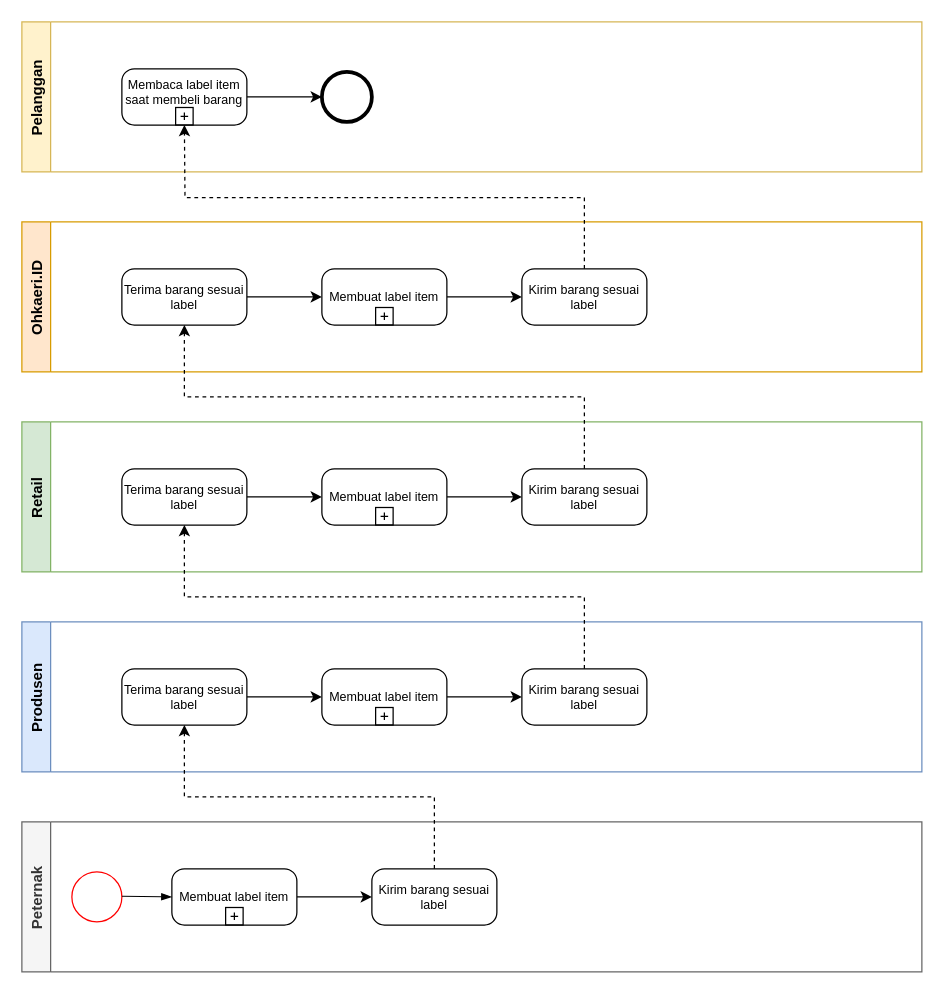
Before: BPMN_Ternak(Produce).drawio in hanggaa/Diagram, a draw.io diagram. Source tidied: cells renumbered, new cells numbered last; positions are measured from the earlier drawing's top-left corner, leaving out a move shared by most shapes. Both pictures are drawn from the tidied source at 125%, with x=0, y=0 at pixel (21, 21).
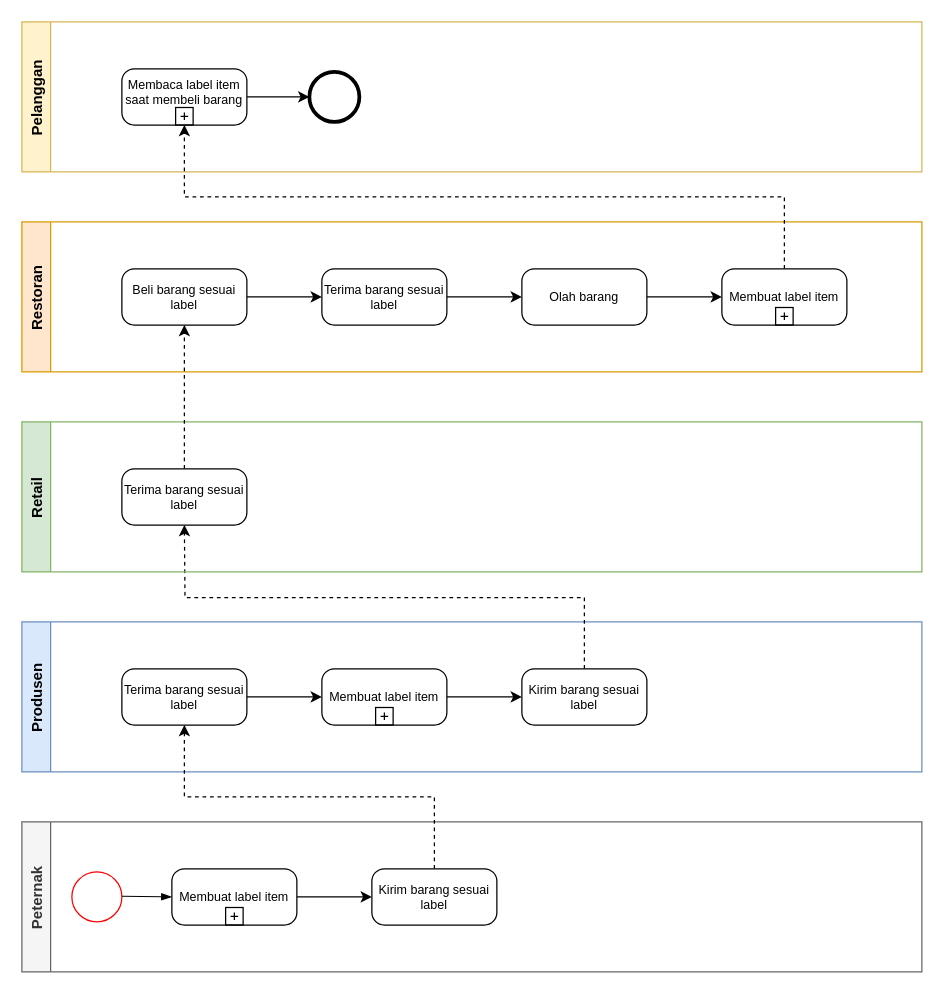
After the change.

The change refers to these unchanged cells:
```xml
<mxCell id="7" value="Kirim barang sesuai label" style="points=[[0.25,0,0],[0.5,0,0],[0.75,0,0],[1,0.25,0],[1,0.5,0],[1,0.75,0],[0.75,1,0],[0.5,1,0],[0.25,1,0],[0,0.75,0],[0,0.5,0],[0,0.25,0]];shape=mxgraph.bpmn.task;whiteSpace=wrap;rectStyle=rounded;size=10;taskMarker=abstract;fontSize=10;" parent="2" vertex="1">
  <mxGeometry x="400" y="37.5" width="100" height="45" as="geometry" />
</mxCell>
```

Change to the diagram source:
```diff
@@
-    <mxCell id="8" value="Retail" style="swimlane;horizontal=0;fillColor=#d5e8d4;strokeColor=#82b366;startSize=23;" parent="1" vertex="1">
-      <mxGeometry y="320" width="720" height="120" as="geometry" />
-    </mxCell>
-    <mxCell id="9" style="edgeStyle=orthogonalEdgeStyle;rounded=0;jettySize=auto;html=1;exitX=1;exitY=0.5;exitDx=0;exitDy=0;exitPerimeter=0;" parent="8" edge="1" source="10" target="12">
-      <mxGeometry relative="1" as="geometry" />
-    </mxCell>
-    <mxCell id="10" value="Terima barang sesuai label" style="points=[[0.25,0,0],[0.5,0,0],[0.75,0,0],[1,0.25,0],[1,0.5,0],[1,0.75,0],[0.75,1,0],[0.5,1,0],[0.25,1,0],[0,0.75,0],[0,0.5,0],[0,0.25,0]];shape=mxgraph.bpmn.task;whiteSpace=wrap;rectStyle=rounded;size=10;taskMarker=abstract;fontSize=10;" parent="8" vertex="1">
-      <mxGeometry x="80" y="37.5" width="100" height="45" as="geometry" />
-    </mxCell>
-    <mxCell id="11" style="edgeStyle=orthogonalEdgeStyle;rounded=0;jettySize=auto;html=1;exitX=1;exitY=0.5;exitDx=0;exitDy=0;exitPerimeter=0;entryX=0;entryY=0.5;entryDx=0;entryDy=0;entryPerimeter=0;" parent="8" edge="1" source="12" target="13">
-      <mxGeometry relative="1" as="geometry" />
-    </mxCell>
-    <mxCell id="12" value="Membuat label item" style="points=[[0.25,0,0],[0.5,0,0],[0.75,0,0],[1,0.25,0],[1,0.5,0],[1,0.75,0],[0.75,1,0],[0.5,1,0],[0.25,1,0],[0,0.75,0],[0,0.5,0],[0,0.25,0]];shape=mxgraph.bpmn.task;whiteSpace=wrap;rectStyle=rounded;size=10;taskMarker=abstract;isLoopSub=1;fontSize=10;" parent="8" vertex="1">
-      <mxGeometry x="240" y="37.5" width="100" height="45" as="geometry" />
-    </mxCell>
-    <mxCell id="13" value="Kirim barang sesuai label" style="points=[[0.25,0,0],[0.5,0,0],[0.75,0,0],[1,0.25,0],[1,0.5,0],[1,0.75,0],[0.75,1,0],[0.5,1,0],[0.25,1,0],[0,0.75,0],[0,0.5,0],[0,0.25,0]];shape=mxgraph.bpmn.task;whiteSpace=wrap;rectStyle=rounded;size=10;taskMarker=abstract;fontSize=10;" parent="8" vertex="1">
-      <mxGeometry x="400" y="37.5" width="100" height="45" as="geometry" />
-    </mxCell>
-    <mxCell id="14" value="Ohkaeri.ID" style="swimlane;horizontal=0;startSize=23;fillColor=#ffe6cc;strokeColor=#d79b00;" parent="1" vertex="1">
-      <mxGeometry y="160" width="720" height="120" as="geometry" />
-    </mxCell>
-    <mxCell id="15" style="edgeStyle=orthogonalEdgeStyle;rounded=0;jettySize=auto;html=1;exitX=1;exitY=0.5;exitDx=0;exitDy=0;exitPerimeter=0;entryX=0;entryY=0.5;entryDx=0;entryDy=0;entryPerimeter=0;" parent="14" edge="1" source="16" target="18">
-      <mxGeometry relative="1" as="geometry" />
-    </mxCell>
-    <mxCell id="16" value="Terima barang sesuai label" style="points=[[0.25,0,0],[0.5,0,0],[0.75,0,0],[1,0.25,0],[1,0.5,0],[1,0.75,0],[0.75,1,0],[0.5,1,0],[0.25,1,0],[0,0.75,0],[0,0.5,0],[0,0.25,0]];shape=mxgraph.bpmn.task;whiteSpace=wrap;rectStyle=rounded;size=10;taskMarker=abstract;fontSize=10;" parent="14" vertex="1">
-      <mxGeometry x="80" y="37.5" width="100" height="45" as="geometry" />
-    </mxCell>
-    <mxCell id="17" style="edgeStyle=orthogonalEdgeStyle;rounded=0;jettySize=auto;html=1;exitX=1;exitY=0.5;exitDx=0;exitDy=0;exitPerimeter=0;entryX=0;entryY=0.5;entryDx=0;entryDy=0;entryPerimeter=0;" parent="14" edge="1" source="18" target="19">
-      <mxGeometry relative="1" as="geometry" />
-    </mxCell>
-    <mxCell id="18" value="Membuat label item" style="points=[[0.25,0,0],[0.5,0,0],[0.75,0,0],[1,0.25,0],[1,0.5,0],[1,0.75,0],[0.75,1,0],[0.5,1,0],[0.25,1,0],[0,0.75,0],[0,0.5,0],[0,0.25,0]];shape=mxgraph.bpmn.task;whiteSpace=wrap;rectStyle=rounded;size=10;taskMarker=abstract;isLoopSub=1;fontSize=10;" parent="14" vertex="1">
-      <mxGeometry x="240" y="37.5" width="100" height="45" as="geometry" />
-    </mxCell>
-    <mxCell id="19" value="Kirim barang sesuai label" style="points=[[0.25,0,0],[0.5,0,0],[0.75,0,0],[1,0.25,0],[1,0.5,0],[1,0.75,0],[0.75,1,0],[0.5,1,0],[0.25,1,0],[0,0.75,0],[0,0.5,0],[0,0.25,0]];shape=mxgraph.bpmn.task;whiteSpace=wrap;rectStyle=rounded;size=10;taskMarker=abstract;fontSize=10;" parent="14" vertex="1">
-      <mxGeometry x="400" y="37.5" width="100" height="45" as="geometry" />
-    </mxCell>
-    <mxCell id="20" value="Pelanggan" style="swimlane;horizontal=0;startSize=23;fillColor=#fff2cc;strokeColor=#d6b656;" parent="1" vertex="1">
-      <mxGeometry width="720" height="120" as="geometry" />
-    </mxCell>
-    <mxCell id="21" style="edgeStyle=orthogonalEdgeStyle;rounded=0;jettySize=auto;html=1;exitX=1;exitY=0.5;exitDx=0;exitDy=0;exitPerimeter=0;" parent="20" edge="1" source="22" target="23">
-      <mxGeometry relative="1" as="geometry" />
-    </mxCell>
-    <mxCell id="22" value="Membaca label item saat membeli barang" style="points=[[0.25,0,0],[0.5,0,0],[0.75,0,0],[1,0.25,0],[1,0.5,0],[1,0.75,0],[0.75,1,0],[0.5,1,0],[0.25,1,0],[0,0.75,0],[0,0.5,0],[0,0.25,0]];shape=mxgraph.bpmn.task;whiteSpace=wrap;rectStyle=rounded;size=10;taskMarker=abstract;isLoopSub=1;fontSize=10;verticalAlign=top;" parent="20" vertex="1">
-      <mxGeometry x="80" y="37.5" width="100" height="45" as="geometry" />
-    </mxCell>
-    <mxCell id="23" style="points=[[0.145,0.145,0],[0.5,0,0],[0.855,0.145,0],[1,0.5,0],[0.855,0.855,0],[0.5,1,0],[0.145,0.855,0],[0,0.5,0]];shape=mxgraph.bpmn.event;html=1;verticalLabelPosition=bottom;labelBackgroundColor=#ffffff;verticalAlign=top;align=center;perimeter=ellipsePerimeter;outlineConnect=0;outline=end;symbol=terminate2;" parent="20" vertex="1">
-      <mxGeometry x="240" y="40" width="40" height="40" as="geometry" />
-    </mxCell>
@@
-    <mxCell id="31" style="edgeStyle=orthogonalEdgeStyle;rounded=0;jettySize=auto;html=1;exitX=0.5;exitY=0;exitDx=0;exitDy=0;exitPerimeter=0;entryX=0.5;entryY=1;entryDx=0;entryDy=0;entryPerimeter=0;dashed=1;" parent="1" edge="1" source="7" target="10">
-      <mxGeometry relative="1" as="geometry" />
+    <mxCell id="31" style="edgeStyle=orthogonalEdgeStyle;rounded=0;jettySize=auto;html=1;exitX=0.5;exitY=0;exitDx=0;exitDy=0;exitPerimeter=0;entryX=0.5;entryY=1;entryDx=0;entryDy=0;entryPerimeter=0;dashed=1;" parent="1" edge="1" source="7">
+      <mxGeometry relative="1" as="geometry">
+        <mxPoint x="130" y="402.5" as="targetPoint" />
+      </mxGeometry>
     </mxCell>
-    <mxCell id="32" style="edgeStyle=orthogonalEdgeStyle;rounded=0;jettySize=auto;html=1;exitX=0.5;exitY=0;exitDx=0;exitDy=0;exitPerimeter=0;entryX=0.5;entryY=1;entryDx=0;entryDy=0;entryPerimeter=0;dashed=1;" parent="1" edge="1" source="13" target="16">
-      <mxGeometry relative="1" as="geometry" />
-    </mxCell>
-    <mxCell id="33" style="edgeStyle=orthogonalEdgeStyle;rounded=0;jettySize=auto;html=1;exitX=0.5;exitY=0;exitDx=0;exitDy=0;exitPerimeter=0;entryX=0.5;entryY=1;entryDx=0;entryDy=0;entryPerimeter=0;dashed=1;" parent="1" edge="1" source="19">
-      <mxGeometry relative="1" as="geometry">
-        <mxPoint x="130" y="82.5" as="targetPoint" />
-      </mxGeometry>
-    </mxCell>
+    <mxCell id="8" value="Retail" style="swimlane;horizontal=0;fillColor=#d5e8d4;strokeColor=#82b366;" parent="1" vertex="1">
+      <mxGeometry y="320" width="720" height="120" as="geometry" />
+    </mxCell>
+    <mxCell id="34" value="Terima barang sesuai label" style="points=[[0.25,0,0],[0.5,0,0],[0.75,0,0],[1,0.25,0],[1,0.5,0],[1,0.75,0],[0.75,1,0],[0.5,1,0],[0.25,1,0],[0,0.75,0],[0,0.5,0],[0,0.25,0]];shape=mxgraph.bpmn.task;whiteSpace=wrap;rectStyle=rounded;size=10;taskMarker=abstract;fontSize=10;" parent="8" vertex="1">
+      <mxGeometry x="80" y="37.5" width="100" height="45" as="geometry" />
+    </mxCell>
+    <mxCell id="35" value="Restoran" style="swimlane;horizontal=0;startSize=23;fillColor=#ffe6cc;strokeColor=#d79b00;" parent="1" vertex="1">
+      <mxGeometry y="160" width="720" height="120" as="geometry" />
+    </mxCell>
+    <mxCell id="36" style="edgeStyle=orthogonalEdgeStyle;rounded=0;jettySize=auto;html=1;exitX=1;exitY=0.5;exitDx=0;exitDy=0;exitPerimeter=0;entryX=0;entryY=0.5;entryDx=0;entryDy=0;entryPerimeter=0;" parent="35" edge="1" source="37" target="39">
+      <mxGeometry relative="1" as="geometry" />
+    </mxCell>
+    <mxCell id="37" value="Beli barang sesuai label" style="points=[[0.25,0,0],[0.5,0,0],[0.75,0,0],[1,0.25,0],[1,0.5,0],[1,0.75,0],[0.75,1,0],[0.5,1,0],[0.25,1,0],[0,0.75,0],[0,0.5,0],[0,0.25,0]];shape=mxgraph.bpmn.task;whiteSpace=wrap;rectStyle=rounded;size=10;taskMarker=abstract;fontSize=10;" parent="35" vertex="1">
+      <mxGeometry x="80" y="37.5" width="100" height="45" as="geometry" />
+    </mxCell>
+    <mxCell id="38" style="edgeStyle=orthogonalEdgeStyle;rounded=0;jettySize=auto;html=1;exitX=1;exitY=0.5;exitDx=0;exitDy=0;exitPerimeter=0;entryX=0;entryY=0.5;entryDx=0;entryDy=0;entryPerimeter=0;" parent="35" edge="1" source="39" target="41">
+      <mxGeometry relative="1" as="geometry" />
+    </mxCell>
+    <mxCell id="39" value="Terima barang sesuai label" style="points=[[0.25,0,0],[0.5,0,0],[0.75,0,0],[1,0.25,0],[1,0.5,0],[1,0.75,0],[0.75,1,0],[0.5,1,0],[0.25,1,0],[0,0.75,0],[0,0.5,0],[0,0.25,0]];shape=mxgraph.bpmn.task;whiteSpace=wrap;rectStyle=rounded;size=10;taskMarker=abstract;fontSize=10;" parent="35" vertex="1">
+      <mxGeometry x="240" y="37.5" width="100" height="45" as="geometry" />
+    </mxCell>
+    <mxCell id="40" style="edgeStyle=orthogonalEdgeStyle;rounded=0;jettySize=auto;html=1;exitX=1;exitY=0.5;exitDx=0;exitDy=0;exitPerimeter=0;entryX=0;entryY=0.5;entryDx=0;entryDy=0;entryPerimeter=0;" parent="35" edge="1" source="41" target="42">
+      <mxGeometry relative="1" as="geometry" />
+    </mxCell>
+    <mxCell id="41" value="Olah barang" style="points=[[0.25,0,0],[0.5,0,0],[0.75,0,0],[1,0.25,0],[1,0.5,0],[1,0.75,0],[0.75,1,0],[0.5,1,0],[0.25,1,0],[0,0.75,0],[0,0.5,0],[0,0.25,0]];shape=mxgraph.bpmn.task;whiteSpace=wrap;rectStyle=rounded;size=10;taskMarker=abstract;fontSize=10;" parent="35" vertex="1">
+      <mxGeometry x="400" y="37.5" width="100" height="45" as="geometry" />
+    </mxCell>
+    <mxCell id="42" value="Membuat label item" style="points=[[0.25,0,0],[0.5,0,0],[0.75,0,0],[1,0.25,0],[1,0.5,0],[1,0.75,0],[0.75,1,0],[0.5,1,0],[0.25,1,0],[0,0.75,0],[0,0.5,0],[0,0.25,0]];shape=mxgraph.bpmn.task;whiteSpace=wrap;rectStyle=rounded;size=10;taskMarker=abstract;isLoopSub=1;fontSize=10;" parent="35" vertex="1">
+      <mxGeometry x="560" y="37.5" width="100" height="45" as="geometry" />
+    </mxCell>
+    <mxCell id="20" value="Pelanggan" style="swimlane;horizontal=0;startSize=23;fillColor=#fff2cc;strokeColor=#d6b656;" parent="1" vertex="1">
+      <mxGeometry width="720" height="120" as="geometry" />
+    </mxCell>
+    <mxCell id="43" style="edgeStyle=orthogonalEdgeStyle;rounded=0;jettySize=auto;html=1;exitX=1;exitY=0.5;exitDx=0;exitDy=0;exitPerimeter=0;" parent="20" edge="1" source="22" target="44">
+      <mxGeometry relative="1" as="geometry" />
+    </mxCell>
+    <mxCell id="22" value="Membaca label item saat membeli barang" style="points=[[0.25,0,0],[0.5,0,0],[0.75,0,0],[1,0.25,0],[1,0.5,0],[1,0.75,0],[0.75,1,0],[0.5,1,0],[0.25,1,0],[0,0.75,0],[0,0.5,0],[0,0.25,0]];shape=mxgraph.bpmn.task;whiteSpace=wrap;rectStyle=rounded;size=10;taskMarker=abstract;isLoopSub=1;fontSize=10;verticalAlign=top;" parent="20" vertex="1">
+      <mxGeometry x="80" y="37.5" width="100" height="45" as="geometry" />
+    </mxCell>
+    <mxCell id="44" style="points=[[0.145,0.145,0],[0.5,0,0],[0.855,0.145,0],[1,0.5,0],[0.855,0.855,0],[0.5,1,0],[0.145,0.855,0],[0,0.5,0]];shape=mxgraph.bpmn.event;html=1;verticalLabelPosition=bottom;labelBackgroundColor=#ffffff;verticalAlign=top;align=center;perimeter=ellipsePerimeter;outlineConnect=0;outline=end;symbol=terminate2;" parent="20" vertex="1">
+      <mxGeometry x="230" y="40" width="40" height="40" as="geometry" />
+    </mxCell>
+    <mxCell id="45" style="edgeStyle=orthogonalEdgeStyle;rounded=0;jettySize=auto;html=1;exitX=0.5;exitY=0;exitDx=0;exitDy=0;exitPerimeter=0;entryX=0.5;entryY=1;entryDx=0;entryDy=0;entryPerimeter=0;dashed=1;" parent="1" edge="1" source="34" target="37">
+      <mxGeometry relative="1" as="geometry" />
+    </mxCell>
+    <mxCell id="46" style="edgeStyle=orthogonalEdgeStyle;rounded=0;jettySize=auto;html=1;exitX=0.5;exitY=0;exitDx=0;exitDy=0;exitPerimeter=0;entryX=0.5;entryY=1;entryDx=0;entryDy=0;entryPerimeter=0;dashed=1;" parent="1" edge="1" source="42" target="22">
+      <mxGeometry relative="1" as="geometry" />
+    </mxCell>
```
